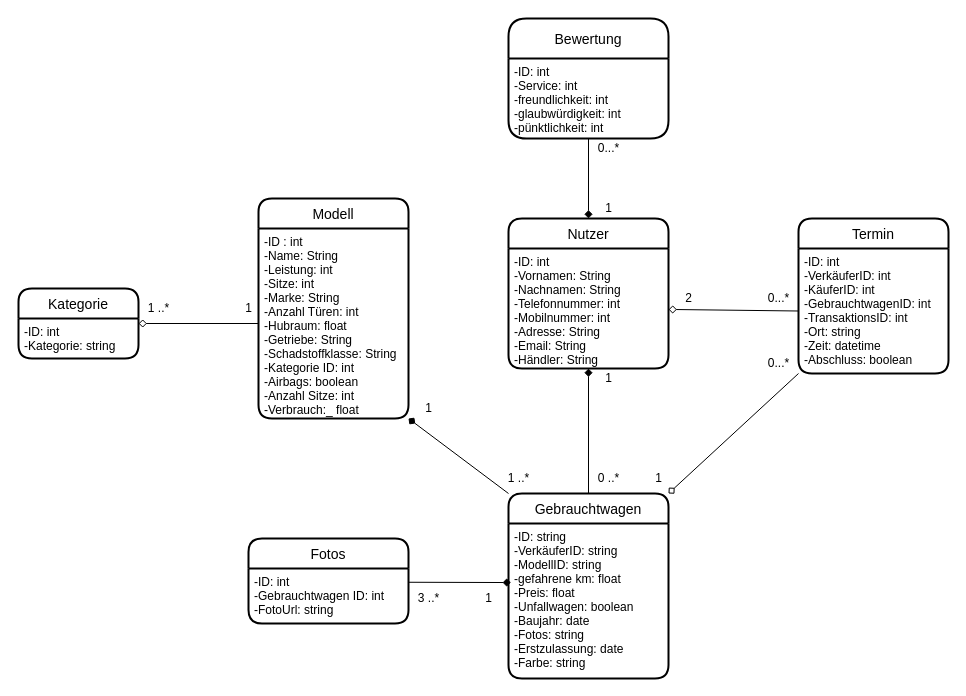
Arne-Berner/UniDrawIo keeps this draw.io diagram as GebrauchtwagenDotIo.drawio. Above is the earlier version. Source tidied: cells renumbered, new cells numbered last; positions are measured from the earlier drawing's top-left corner, leaving out a move shared by most shapes. Both pictures are drawn from the tidied source at 100%, with x=0, y=0 at pixel (18, 18).
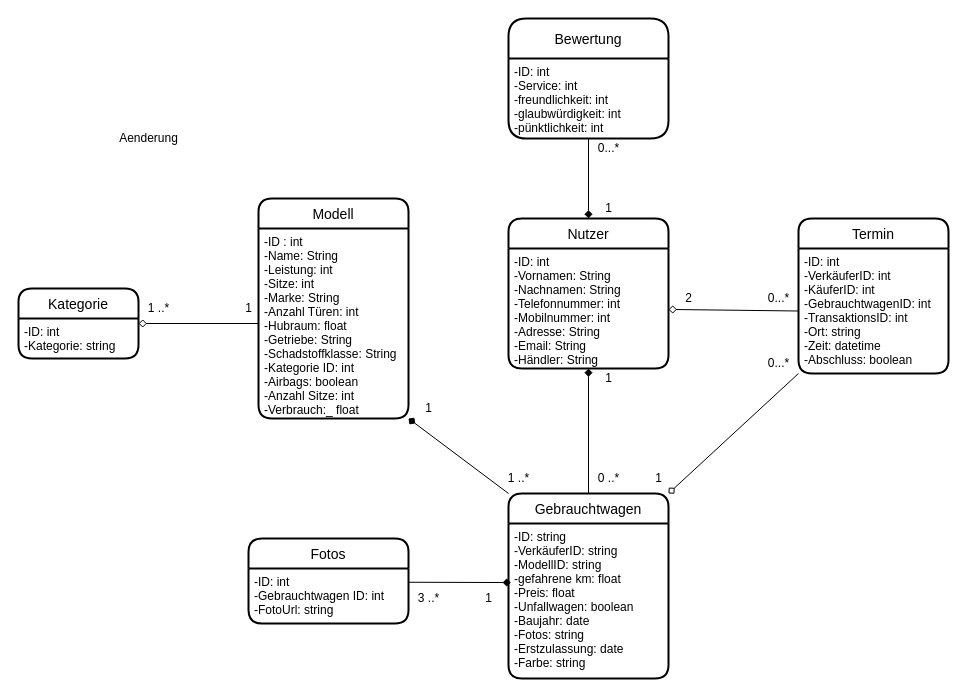
The same page after the edit.

Commit message:
funktionier bitte. sehr schlechte commit message

Change to the diagram source:
```diff
@@
+    <mxCell id="38" value="Aenderung" style="text;html=1;align=center;verticalAlign=middle;strokeColor=none;fillColor=none;" parent="1" vertex="1">
+      <mxGeometry x="95" y="110" width="70" height="20" as="geometry" />
+    </mxCell>
```
